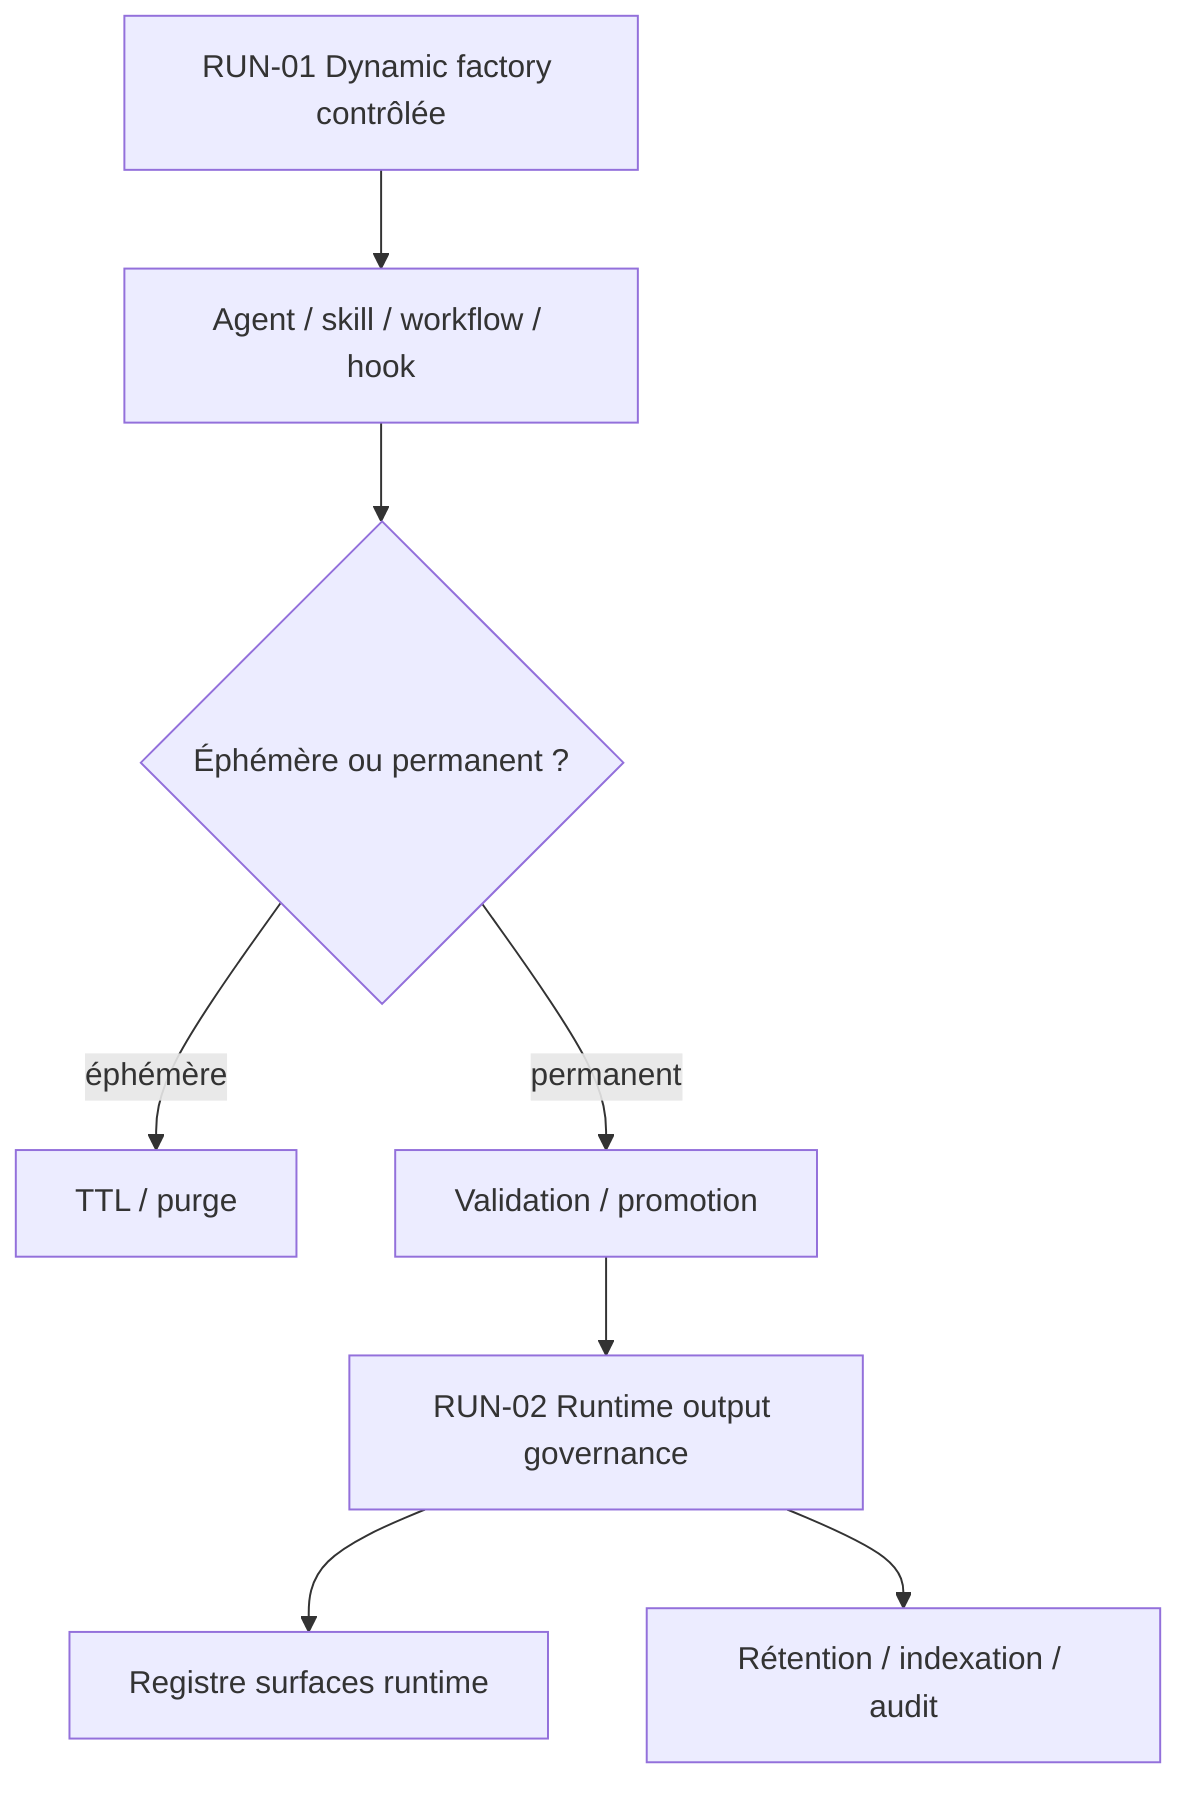
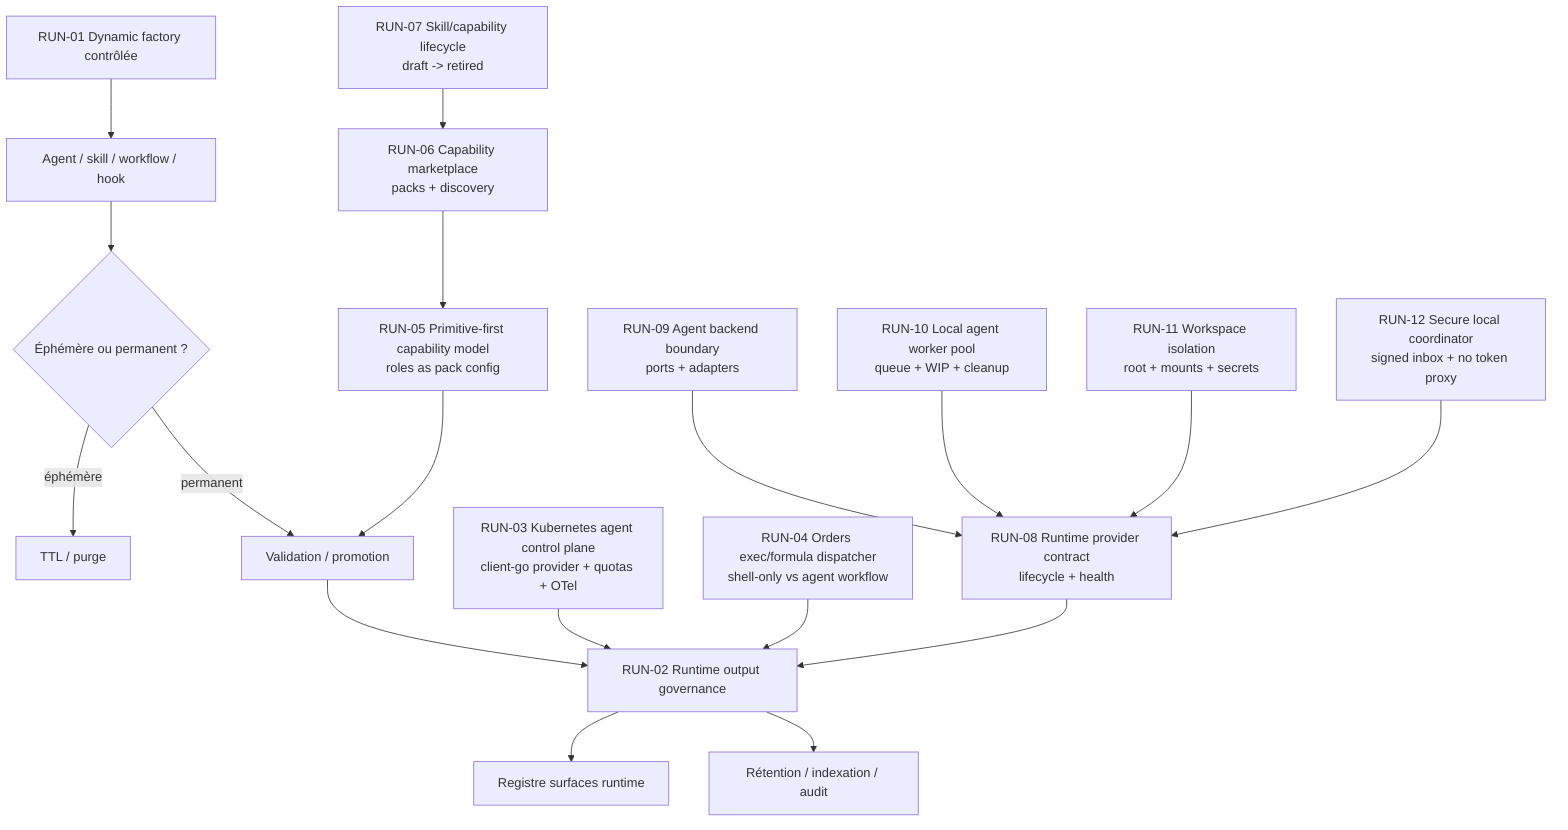
flowchart TD
    A["RUN-01 Dynamic factory contrôlée"] --> B["Agent / skill / workflow / hook"]
    B --> C{"Éphémère ou permanent ?"}
    C -- "éphémère" --> D["TTL / purge"]
    C -- "permanent" --> E["Validation / promotion"]
    E --> F["RUN-02 Runtime output governance"]
    F --> G["Registre surfaces runtime"]
    F --> H["Rétention / indexation / audit"]
+     I["RUN-03 Kubernetes agent control plane\nclient-go provider + quotas + OTel"] --> F
+     J["RUN-04 Orders exec/formula dispatcher\nshell-only vs agent workflow"] --> F
+     K["RUN-05 Primitive-first capability model\nroles as pack config"] --> E
+     L["RUN-06 Capability marketplace\npacks + discovery"] --> K
+     M["RUN-07 Skill/capability lifecycle\ndraft -> retired"] --> L
+     N["RUN-08 Runtime provider contract\nlifecycle + health"] --> F
+     O["RUN-09 Agent backend boundary\nports + adapters"] --> N
+     P["RUN-10 Local agent worker pool\nqueue + WIP + cleanup"] --> N
+     Q["RUN-11 Workspace isolation\nroot + mounts + secrets"] --> N
+     R["RUN-12 Secure local coordinator\nsigned inbox + no token proxy"] --> N
